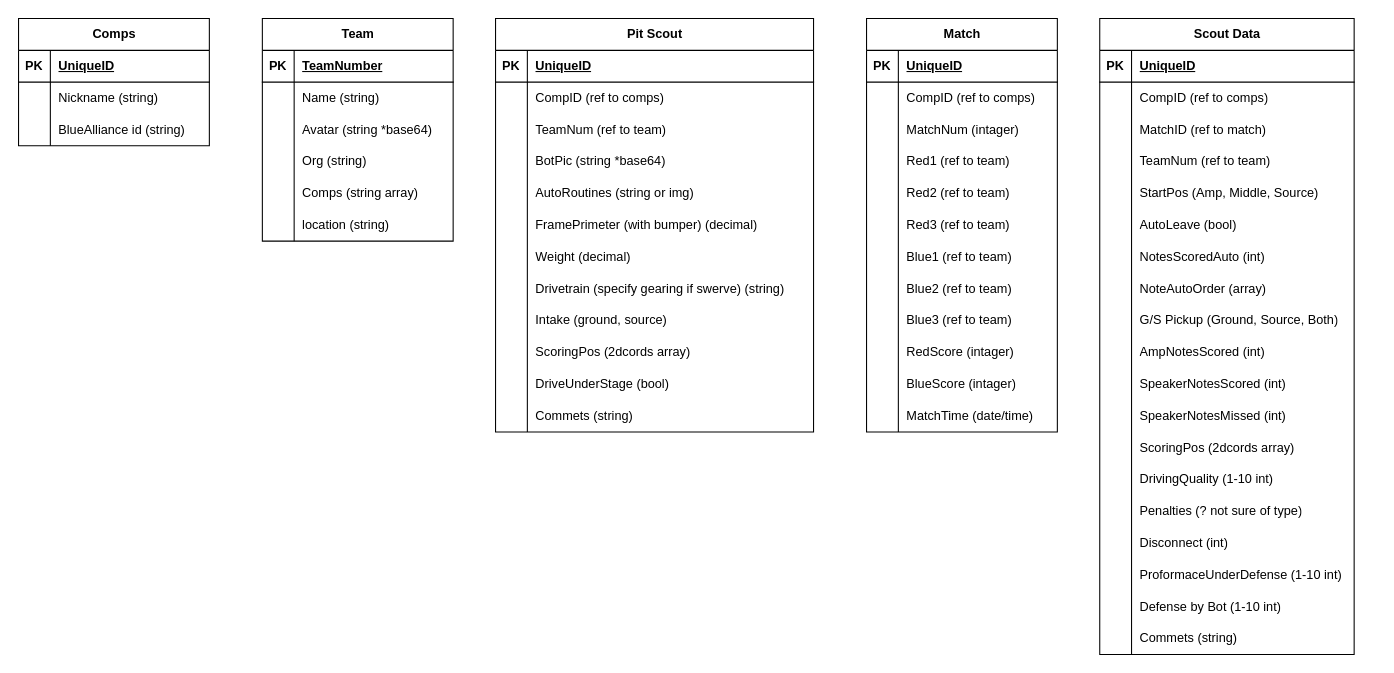
This is diagrams/Scouting Database Diagram.drawio from Mountie-Megabots/Scout-Pi, a draw.io file, before an edit. Source tidied: cells renumbered, new cells numbered last; positions are measured from the earlier drawing's top-left corner, leaving out a move shared by most shapes. Both pictures are drawn from the tidied source at 106%, with x=0, y=0 at pixel (18, 18).
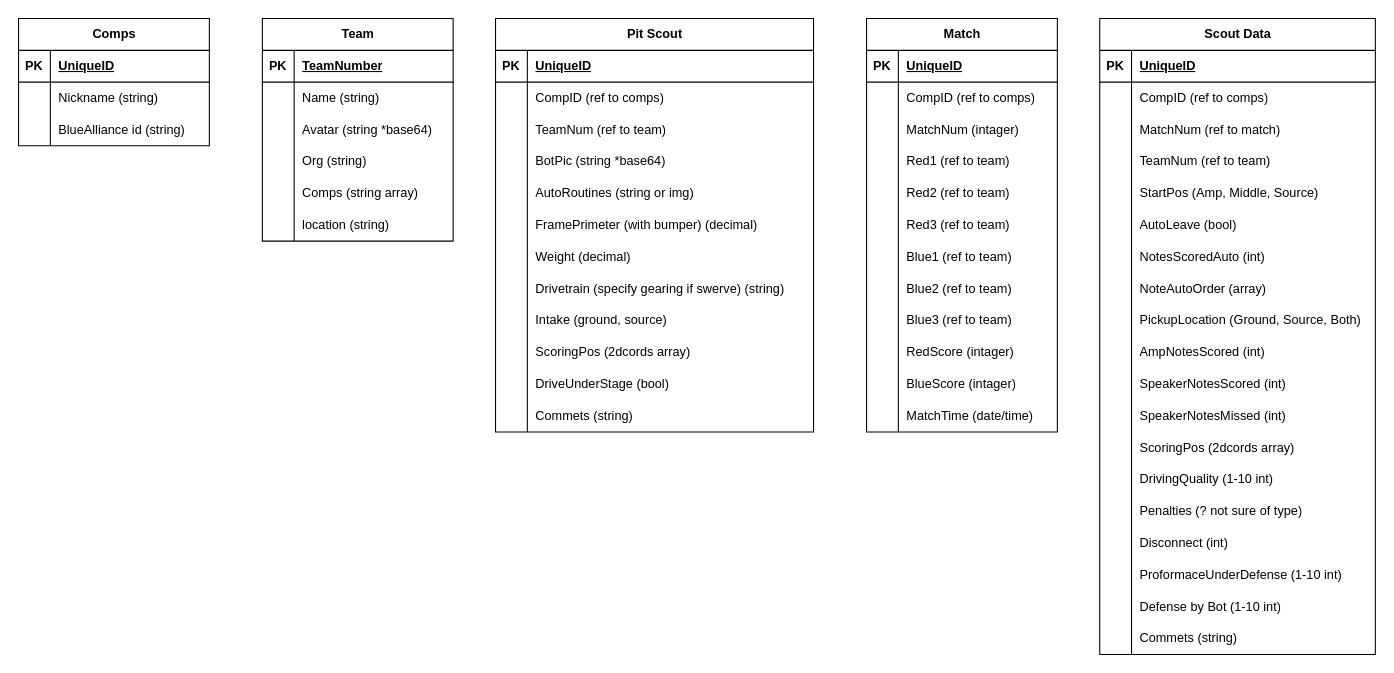
After the change.

What changed in the source:
```diff
@@
     <mxCell id="68" value="Scout Data" style="shape=table;startSize=30;childLayout=tableLayout;rowLines=0;fontStyle=1;align=center;html=1;" parent="1" vertex="1">
-      <mxGeometry x="1020" width="240" height="600" as="geometry" />
+      <mxGeometry x="1020" width="260" height="600" as="geometry" />
     </mxCell>
     <mxCell id="69" style="shape=tableRow;horizontal=0;startSize=0;swimlaneHead=0;swimlaneBody=0;fillColor=none;top=0;left=0;right=0;bottom=1;" parent="68" vertex="1">
-      <mxGeometry y="30" width="240" height="30" as="geometry" />
+      <mxGeometry y="30" width="260" height="30" as="geometry" />
     </mxCell>
@@
     <mxCell id="71" value="UniqueID" style="shape=partialRectangle;fillColor=none;top=0;left=0;bottom=0;right=0;align=left;spacingLeft=6;fontStyle=5;overflow=hidden;whiteSpace=wrap;html=1;" parent="69" vertex="1">
-      <mxGeometry x="30" width="210" height="30" as="geometry" />
+      <mxGeometry x="30" width="230" height="30" as="geometry" />
     </mxCell>
     <mxCell id="72" style="shape=tableRow;horizontal=0;startSize=0;swimlaneHead=0;swimlaneBody=0;fillColor=none;top=0;left=0;right=0;bottom=0;" parent="68" vertex="1">
-      <mxGeometry y="60" width="240" height="30" as="geometry" />
+      <mxGeometry y="60" width="260" height="30" as="geometry" />
     </mxCell>
@@
     <mxCell id="74" value="CompID (ref to comps)" style="shape=partialRectangle;fillColor=none;top=0;left=0;bottom=0;right=0;align=left;spacingLeft=6;overflow=hidden;whiteSpace=wrap;html=1;" parent="72" vertex="1">
-      <mxGeometry x="30" width="210" height="30" as="geometry" />
+      <mxGeometry x="30" width="230" height="30" as="geometry" />
     </mxCell>
     <mxCell id="75" style="shape=tableRow;horizontal=0;startSize=0;swimlaneHead=0;swimlaneBody=0;fillColor=none;top=0;left=0;right=0;bottom=0;" parent="68" vertex="1">
-      <mxGeometry y="90" width="240" height="30" as="geometry" />
+      <mxGeometry y="90" width="260" height="30" as="geometry" />
     </mxCell>
@@
-    <mxCell id="77" value="MatchID (ref to match)" style="shape=partialRectangle;fillColor=none;top=0;left=0;bottom=0;right=0;align=left;spacingLeft=6;overflow=hidden;whiteSpace=wrap;html=1;" parent="75" vertex="1">
-      <mxGeometry x="30" width="210" height="30" as="geometry" />
+    <mxCell id="77" value="MatchNum (ref to match)" style="shape=partialRectangle;fillColor=none;top=0;left=0;bottom=0;right=0;align=left;spacingLeft=6;overflow=hidden;whiteSpace=wrap;html=1;" parent="75" vertex="1">
+      <mxGeometry x="30" width="230" height="30" as="geometry" />
     </mxCell>
     <mxCell id="78" style="shape=tableRow;horizontal=0;startSize=0;swimlaneHead=0;swimlaneBody=0;fillColor=none;top=0;left=0;right=0;bottom=0;" parent="68" vertex="1">
-      <mxGeometry y="120" width="240" height="30" as="geometry" />
+      <mxGeometry y="120" width="260" height="30" as="geometry" />
     </mxCell>
@@
     <mxCell id="80" value="TeamNum (ref to team)" style="shape=partialRectangle;fillColor=none;top=0;left=0;bottom=0;right=0;align=left;spacingLeft=6;overflow=hidden;whiteSpace=wrap;html=1;" parent="78" vertex="1">
-      <mxGeometry x="30" width="210" height="30" as="geometry" />
+      <mxGeometry x="30" width="230" height="30" as="geometry" />
     </mxCell>
     <mxCell id="81" style="shape=tableRow;horizontal=0;startSize=0;swimlaneHead=0;swimlaneBody=0;fillColor=none;top=0;left=0;right=0;bottom=0;" parent="68" vertex="1">
-      <mxGeometry y="150" width="240" height="30" as="geometry" />
+      <mxGeometry y="150" width="260" height="30" as="geometry" />
     </mxCell>
@@
     <mxCell id="83" value="StartPos (Amp, Middle, Source)" style="shape=partialRectangle;fillColor=none;top=0;left=0;bottom=0;right=0;align=left;spacingLeft=6;overflow=hidden;whiteSpace=wrap;html=1;" parent="81" vertex="1">
-      <mxGeometry x="30" width="210" height="30" as="geometry" />
+      <mxGeometry x="30" width="230" height="30" as="geometry" />
     </mxCell>
     <mxCell id="84" style="shape=tableRow;horizontal=0;startSize=0;swimlaneHead=0;swimlaneBody=0;fillColor=none;top=0;left=0;right=0;bottom=0;" parent="68" vertex="1">
-      <mxGeometry y="180" width="240" height="30" as="geometry" />
+      <mxGeometry y="180" width="260" height="30" as="geometry" />
     </mxCell>
@@
     <mxCell id="86" value="AutoLeave (bool)" style="shape=partialRectangle;fillColor=none;top=0;left=0;bottom=0;right=0;align=left;spacingLeft=6;overflow=hidden;whiteSpace=wrap;html=1;" parent="84" vertex="1">
-      <mxGeometry x="30" width="210" height="30" as="geometry" />
+      <mxGeometry x="30" width="230" height="30" as="geometry" />
     </mxCell>
     <mxCell id="87" style="shape=tableRow;horizontal=0;startSize=0;swimlaneHead=0;swimlaneBody=0;fillColor=none;top=0;left=0;right=0;bottom=0;" parent="68" vertex="1">
-      <mxGeometry y="210" width="240" height="30" as="geometry" />
+      <mxGeometry y="210" width="260" height="30" as="geometry" />
     </mxCell>
@@
     <mxCell id="89" value="NotesScoredAuto (int)" style="shape=partialRectangle;fillColor=none;top=0;left=0;bottom=0;right=0;align=left;spacingLeft=6;overflow=hidden;whiteSpace=wrap;html=1;" parent="87" vertex="1">
-      <mxGeometry x="30" width="210" height="30" as="geometry" />
+      <mxGeometry x="30" width="230" height="30" as="geometry" />
     </mxCell>
     <mxCell id="90" style="shape=tableRow;horizontal=0;startSize=0;swimlaneHead=0;swimlaneBody=0;fillColor=none;top=0;left=0;right=0;bottom=0;" parent="68" vertex="1">
-      <mxGeometry y="240" width="240" height="30" as="geometry" />
+      <mxGeometry y="240" width="260" height="30" as="geometry" />
     </mxCell>
@@
     <mxCell id="92" value="NoteAutoOrder (array)" style="shape=partialRectangle;fillColor=none;top=0;left=0;bottom=0;right=0;align=left;spacingLeft=6;overflow=hidden;whiteSpace=wrap;html=1;" parent="90" vertex="1">
-      <mxGeometry x="30" width="210" height="30" as="geometry" />
+      <mxGeometry x="30" width="230" height="30" as="geometry" />
     </mxCell>
     <mxCell id="93" style="shape=tableRow;horizontal=0;startSize=0;swimlaneHead=0;swimlaneBody=0;fillColor=none;top=0;left=0;right=0;bottom=0;" parent="68" vertex="1">
-      <mxGeometry y="270" width="240" height="30" as="geometry" />
+      <mxGeometry y="270" width="260" height="30" as="geometry" />
     </mxCell>
@@
-    <mxCell id="95" value="G/S Pickup (Ground, Source, Both)" style="shape=partialRectangle;fillColor=none;top=0;left=0;bottom=0;right=0;align=left;spacingLeft=6;overflow=hidden;whiteSpace=wrap;html=1;" parent="93" vertex="1">
-      <mxGeometry x="30" width="210" height="30" as="geometry" />
+    <mxCell id="95" value="PickupLocation (Ground, Source, Both)" style="shape=partialRectangle;fillColor=none;top=0;left=0;bottom=0;right=0;align=left;spacingLeft=6;overflow=hidden;whiteSpace=wrap;html=1;" parent="93" vertex="1">
+      <mxGeometry x="30" width="230" height="30" as="geometry" />
     </mxCell>
     <mxCell id="96" style="shape=tableRow;horizontal=0;startSize=0;swimlaneHead=0;swimlaneBody=0;fillColor=none;top=0;left=0;right=0;bottom=0;" parent="68" vertex="1">
-      <mxGeometry y="300" width="240" height="30" as="geometry" />
+      <mxGeometry y="300" width="260" height="30" as="geometry" />
     </mxCell>
@@
     <mxCell id="98" value="AmpNotesScored (int)" style="shape=partialRectangle;fillColor=none;top=0;left=0;bottom=0;right=0;align=left;spacingLeft=6;overflow=hidden;whiteSpace=wrap;html=1;" parent="96" vertex="1">
-      <mxGeometry x="30" width="210" height="30" as="geometry" />
+      <mxGeometry x="30" width="230" height="30" as="geometry" />
     </mxCell>
     <mxCell id="99" style="shape=tableRow;horizontal=0;startSize=0;swimlaneHead=0;swimlaneBody=0;fillColor=none;top=0;left=0;right=0;bottom=0;" parent="68" vertex="1">
-      <mxGeometry y="330" width="240" height="30" as="geometry" />
+      <mxGeometry y="330" width="260" height="30" as="geometry" />
     </mxCell>
@@
     <mxCell id="101" value="SpeakerNotesScored (int)" style="shape=partialRectangle;fillColor=none;top=0;left=0;bottom=0;right=0;align=left;spacingLeft=6;overflow=hidden;whiteSpace=wrap;html=1;" parent="99" vertex="1">
-      <mxGeometry x="30" width="210" height="30" as="geometry" />
+      <mxGeometry x="30" width="230" height="30" as="geometry" />
     </mxCell>
     <mxCell id="102" style="shape=tableRow;horizontal=0;startSize=0;swimlaneHead=0;swimlaneBody=0;fillColor=none;top=0;left=0;right=0;bottom=0;" parent="68" vertex="1">
-      <mxGeometry y="360" width="240" height="30" as="geometry" />
+      <mxGeometry y="360" width="260" height="30" as="geometry" />
     </mxCell>
@@
     <mxCell id="104" value="SpeakerNotesMissed (int)" style="shape=partialRectangle;fillColor=none;top=0;left=0;bottom=0;right=0;align=left;spacingLeft=6;overflow=hidden;whiteSpace=wrap;html=1;" parent="102" vertex="1">
-      <mxGeometry x="30" width="210" height="30" as="geometry" />
+      <mxGeometry x="30" width="230" height="30" as="geometry" />
     </mxCell>
     <mxCell id="105" style="shape=tableRow;horizontal=0;startSize=0;swimlaneHead=0;swimlaneBody=0;fillColor=none;top=0;left=0;right=0;bottom=0;" parent="68" vertex="1">
-      <mxGeometry y="390" width="240" height="30" as="geometry" />
+      <mxGeometry y="390" width="260" height="30" as="geometry" />
     </mxCell>
@@
     <mxCell id="107" value="ScoringPos (2dcords array)" style="shape=partialRectangle;fillColor=none;top=0;left=0;bottom=0;right=0;align=left;spacingLeft=6;overflow=hidden;whiteSpace=wrap;html=1;" parent="105" vertex="1">
-      <mxGeometry x="30" width="210" height="30" as="geometry" />
+      <mxGeometry x="30" width="230" height="30" as="geometry" />
     </mxCell>
     <mxCell id="108" style="shape=tableRow;horizontal=0;startSize=0;swimlaneHead=0;swimlaneBody=0;fillColor=none;top=0;left=0;right=0;bottom=0;" parent="68" vertex="1">
-      <mxGeometry y="420" width="240" height="30" as="geometry" />
+      <mxGeometry y="420" width="260" height="30" as="geometry" />
     </mxCell>
@@
     <mxCell id="110" value="DrivingQuality (1-10 int)" style="shape=partialRectangle;fillColor=none;top=0;left=0;bottom=0;right=0;align=left;spacingLeft=6;overflow=hidden;whiteSpace=wrap;html=1;" parent="108" vertex="1">
-      <mxGeometry x="30" width="210" height="30" as="geometry" />
+      <mxGeometry x="30" width="230" height="30" as="geometry" />
     </mxCell>
     <mxCell id="111" style="shape=tableRow;horizontal=0;startSize=0;swimlaneHead=0;swimlaneBody=0;fillColor=none;top=0;left=0;right=0;bottom=0;" parent="68" vertex="1">
-      <mxGeometry y="450" width="240" height="30" as="geometry" />
+      <mxGeometry y="450" width="260" height="30" as="geometry" />
     </mxCell>
@@
     <mxCell id="113" value="Penalties (? not sure of type)" style="shape=partialRectangle;fillColor=none;top=0;left=0;bottom=0;right=0;align=left;spacingLeft=6;overflow=hidden;whiteSpace=wrap;html=1;" parent="111" vertex="1">
-      <mxGeometry x="30" width="210" height="30" as="geometry" />
+      <mxGeometry x="30" width="230" height="30" as="geometry" />
     </mxCell>
     <mxCell id="114" style="shape=tableRow;horizontal=0;startSize=0;swimlaneHead=0;swimlaneBody=0;fillColor=none;top=0;left=0;right=0;bottom=0;" parent="68" vertex="1">
-      <mxGeometry y="480" width="240" height="30" as="geometry" />
+      <mxGeometry y="480" width="260" height="30" as="geometry" />
     </mxCell>
@@
     <mxCell id="116" value="Disconnect (int)" style="shape=partialRectangle;fillColor=none;top=0;left=0;bottom=0;right=0;align=left;spacingLeft=6;overflow=hidden;whiteSpace=wrap;html=1;" parent="114" vertex="1">
-      <mxGeometry x="30" width="210" height="30" as="geometry" />
+      <mxGeometry x="30" width="230" height="30" as="geometry" />
     </mxCell>
     <mxCell id="117" style="shape=tableRow;horizontal=0;startSize=0;swimlaneHead=0;swimlaneBody=0;fillColor=none;top=0;left=0;right=0;bottom=0;" parent="68" vertex="1">
-      <mxGeometry y="510" width="240" height="30" as="geometry" />
+      <mxGeometry y="510" width="260" height="30" as="geometry" />
     </mxCell>
@@
     <mxCell id="119" value="ProformaceUnderDefense (1-10 int)" style="shape=partialRectangle;fillColor=none;top=0;left=0;bottom=0;right=0;align=left;spacingLeft=6;overflow=hidden;whiteSpace=wrap;html=1;" parent="117" vertex="1">
-      <mxGeometry x="30" width="210" height="30" as="geometry" />
+      <mxGeometry x="30" width="230" height="30" as="geometry" />
     </mxCell>
     <mxCell id="120" style="shape=tableRow;horizontal=0;startSize=0;swimlaneHead=0;swimlaneBody=0;fillColor=none;top=0;left=0;right=0;bottom=0;" parent="68" vertex="1">
-      <mxGeometry y="540" width="240" height="30" as="geometry" />
+      <mxGeometry y="540" width="260" height="30" as="geometry" />
     </mxCell>
@@
     <mxCell id="122" value="Defense by Bot (1-10 int)" style="shape=partialRectangle;fillColor=none;top=0;left=0;bottom=0;right=0;align=left;spacingLeft=6;overflow=hidden;whiteSpace=wrap;html=1;" parent="120" vertex="1">
-      <mxGeometry x="30" width="210" height="30" as="geometry" />
+      <mxGeometry x="30" width="230" height="30" as="geometry" />
     </mxCell>
     <mxCell id="123" style="shape=tableRow;horizontal=0;startSize=0;swimlaneHead=0;swimlaneBody=0;fillColor=none;top=0;left=0;right=0;bottom=0;" parent="68" vertex="1">
-      <mxGeometry y="570" width="240" height="30" as="geometry" />
+      <mxGeometry y="570" width="260" height="30" as="geometry" />
     </mxCell>
@@
     <mxCell id="125" value="Commets (string)" style="shape=partialRectangle;fillColor=none;top=0;left=0;bottom=0;right=0;align=left;spacingLeft=6;overflow=hidden;whiteSpace=wrap;html=1;" parent="123" vertex="1">
-      <mxGeometry x="30" width="210" height="30" as="geometry" />
+      <mxGeometry x="30" width="230" height="30" as="geometry" />
     </mxCell>
```
